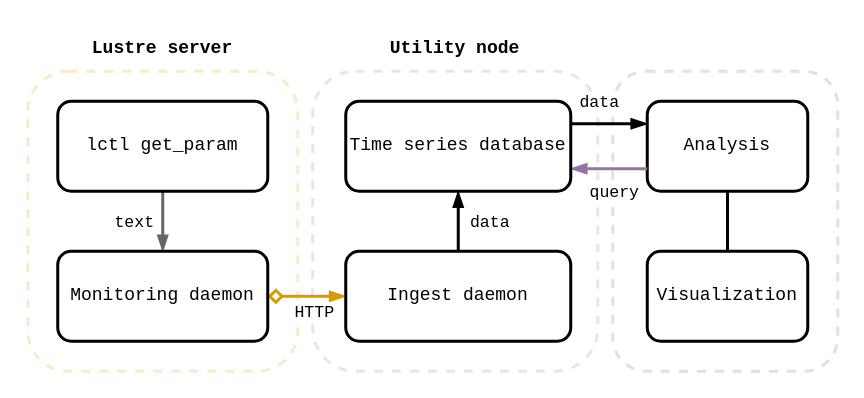
This is content/figures/lustre-monitor.drawio from jaantollander/masters-thesis, a draw.io file, before an edit. Source tidied: cells renumbered, new cells numbered last; positions are measured from the earlier drawing's top-left corner, leaving out a move shared by most shapes. Both pictures are drawn from the tidied source at 150%, with x=0, y=0 at pixel (27, 26).
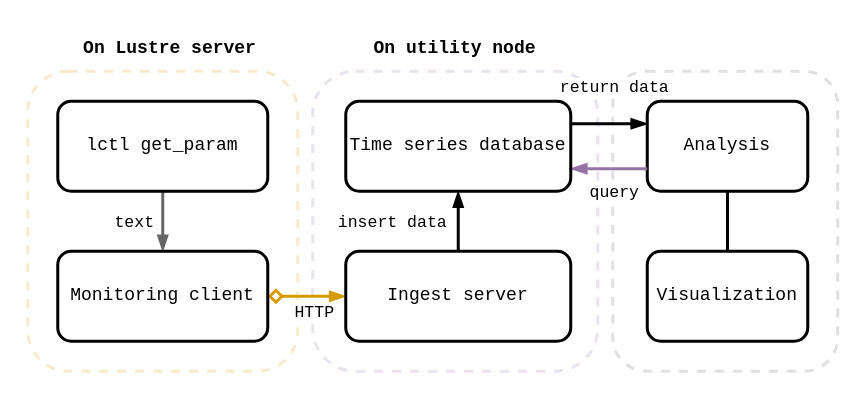
After the change.

Unchanged cells that the change refers to:
```xml
<mxCell id="10" style="edgeStyle=orthogonalEdgeStyle;curved=1;rounded=0;jettySize=auto;html=1;strokeWidth=2;startArrow=none;startFill=0;endArrow=blockThin;endFill=1;fontFamily=Courier New;" parent="1" edge="1" source="12" target="22">
  <mxGeometry relative="1" as="geometry" />
</mxCell>
<mxCell id="16" style="rounded=0;jettySize=auto;html=1;exitX=0;exitY=0.25;exitDx=0;exitDy=0;strokeWidth=2;endArrow=none;endFill=0;startArrow=blockThin;startFill=1;fontFamily=Courier New;entryX=1;entryY=0.25;entryDx=0;entryDy=0;" parent="1" edge="1" source="19" target="22">
  <mxGeometry relative="1" as="geometry" />
</mxCell>
```

Diff of the diagram source:
```diff
@@
-    <mxCell id="9" value="Monitoring daemon" style="rounded=1;whiteSpace=wrap;html=1;strokeWidth=2;fontFamily=Courier New;" parent="1" vertex="1">
+    <mxCell id="9" value="Monitoring client" style="rounded=1;whiteSpace=wrap;html=1;strokeWidth=2;fontFamily=Courier New;" parent="1" vertex="1">
       <mxGeometry x="20" y="150" width="140" height="60" as="geometry" />
     </mxCell>
@@
-    <mxCell id="11" value="data" style="edgeLabel;html=1;align=center;verticalAlign=middle;fontFamily=Courier New;" parent="10" vertex="1">
+    <mxCell id="11" value="insert data" style="edgeLabel;html=1;align=center;verticalAlign=middle;fontFamily=Courier New;" parent="10" vertex="1">
       <mxGeometry x="-0.28" y="-1" relative="1" as="geometry">
-        <mxPoint x="19" y="-6" as="offset" />
+        <mxPoint x="-46" y="-6" as="offset" />
       </mxGeometry>
     </mxCell>
-    <mxCell id="12" value="Ingest daemon" style="rounded=1;whiteSpace=wrap;html=1;strokeWidth=2;fontFamily=Courier New;" parent="1" vertex="1">
+    <mxCell id="12" value="Ingest server" style="rounded=1;whiteSpace=wrap;html=1;strokeWidth=2;fontFamily=Courier New;" parent="1" vertex="1">
       <mxGeometry x="212" y="150" width="150" height="60" as="geometry" />
     </mxCell>
@@
-    <mxCell id="14" value="Lustre server" style="text;html=1;strokeColor=none;fillColor=none;align=center;verticalAlign=middle;whiteSpace=wrap;rounded=0;strokeWidth=2;fontFamily=Courier New;fontStyle=1;" parent="1" vertex="1">
-      <mxGeometry x="35" width="110" height="30" as="geometry" />
+    <mxCell id="14" value="On Lustre server" style="text;html=1;strokeColor=none;fillColor=none;align=center;verticalAlign=middle;whiteSpace=wrap;rounded=0;strokeWidth=2;fontFamily=Courier New;fontStyle=1;" parent="1" vertex="1">
+      <mxGeometry width="190" height="30" as="geometry" />
     </mxCell>
-    <mxCell id="15" value="Utility node" style="text;html=1;strokeColor=none;fillColor=none;align=center;verticalAlign=middle;whiteSpace=wrap;rounded=0;strokeWidth=2;fontFamily=Courier New;fontStyle=1;" parent="1" vertex="1">
-      <mxGeometry x="225" width="120" height="30" as="geometry" />
+    <mxCell id="15" value="On utility node" style="text;html=1;strokeColor=none;fillColor=none;align=center;verticalAlign=middle;whiteSpace=wrap;rounded=0;strokeWidth=2;fontFamily=Courier New;fontStyle=1;" parent="1" vertex="1">
+      <mxGeometry x="190" width="190" height="30" as="geometry" />
     </mxCell>
@@
-    <mxCell id="17" value="data" style="edgeLabel;html=1;align=center;verticalAlign=middle;fontFamily=Courier New;" parent="16" vertex="1">
+    <mxCell id="17" value="return data" style="edgeLabel;html=1;align=center;verticalAlign=middle;fontFamily=Courier New;" parent="16" vertex="1">
       <mxGeometry x="0.22" relative="1" as="geometry">
-        <mxPoint x="-2" y="-15" as="offset" />
+        <mxPoint x="8" y="-25" as="offset" />
       </mxGeometry>
     </mxCell>
```
